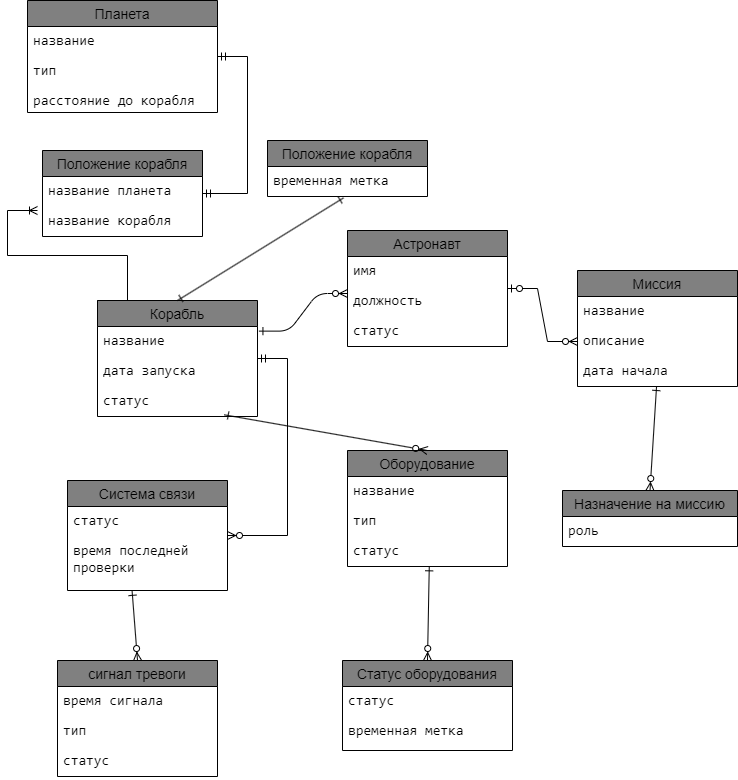
ivanstylish/ITMO-Study-Note keeps this draw.io diagram as Database/labs/lab1/DatabaseLab1.drawio.png. Above is the earlier version. Source tidied: cells renumbered, new cells last; positions are measured from the earlier drawing's top-left corner, leaving out a move shared by most shapes.
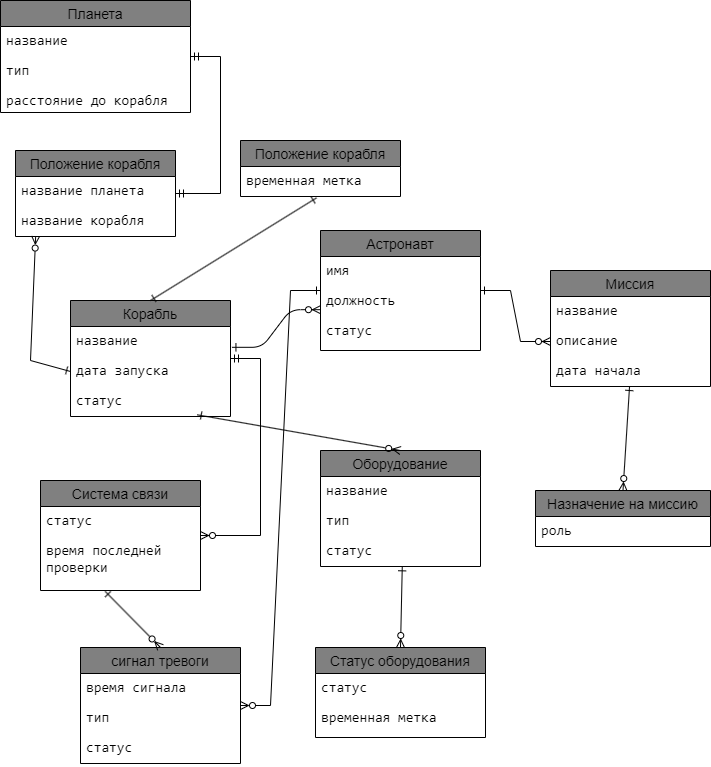
Above is the later version.

The edit, as a diff of the source:
```diff
@@ -2,9 +2,10 @@
   <root>
     <mxCell id="0" />
     <mxCell id="1" parent="0" />
-    <mxCell id="2" style="edgeStyle=entityRelationEdgeStyle;endArrow=ERzeroToMany;startArrow=ERone;endFill=1;startFill=0;exitX=1.009;exitY=0.154;exitDx=0;exitDy=0;exitPerimeter=0;" parent="1" edge="1" source="4">
+    <mxCell id="2" style="edgeStyle=entityRelationEdgeStyle;endArrow=ERzeroToMany;startArrow=ERone;endFill=1;startFill=0;exitX=1.009;exitY=0.154;exitDx=0;exitDy=0;exitPerimeter=0;" parent="1" edge="1">
       <mxGeometry relative="1" as="geometry">
-        <mxPoint x="320" y="293" as="targetPoint" />
+        <mxPoint x="231.4" y="346.8" as="sourcePoint" />
+        <mxPoint x="320" y="309.2" as="targetPoint" />
       </mxGeometry>
     </mxCell>
     <mxCell id="3" value="Корабль" style="swimlane;fontStyle=0;horizontal=1;startSize=26;align=center;fontSize=14;labelBackgroundColor=none;labelBorderColor=none;textShadow=0;fillColor=#808080;" parent="1" vertex="1">
@@ -20,7 +21,7 @@
       <mxGeometry y="86" width="160" height="30" as="geometry" />
     </mxCell>
     <mxCell id="7" value="Астронавт" style="swimlane;fontStyle=0;horizontal=1;startSize=26;align=center;fontSize=14;fontColor=default;fillColor=#808080;" parent="1" vertex="1">
-      <mxGeometry x="320" y="230" width="160" height="116" as="geometry" />
+      <mxGeometry x="320" y="230" width="160" height="120" as="geometry" />
     </mxCell>
     <mxCell id="8" value="&lt;span style=&quot;font-size: 10.5pt; font-family: Consolas;&quot;&gt;&lt;font style=&quot;color: rgb(0, 0, 0);&quot;&gt;имя&lt;/font&gt;&lt;/span&gt;" style="text;strokeColor=none;fillColor=none;spacingLeft=4;spacingRight=4;overflow=hidden;fontSize=12;whiteSpace=wrap;html=1;" parent="7" vertex="1">
       <mxGeometry y="26" width="160" height="30" as="geometry" />
@@ -29,7 +30,7 @@
       <mxGeometry y="56" width="160" height="30" as="geometry" />
     </mxCell>
     <mxCell id="10" value="&lt;span style=&quot;font-size: 10.5pt; font-family: Consolas;&quot;&gt;&lt;font style=&quot;color: rgb(0, 0, 0);&quot;&gt;статус&lt;/font&gt;&lt;/span&gt;" style="text;strokeColor=none;fillColor=none;spacingLeft=4;spacingRight=4;overflow=hidden;fontSize=12;whiteSpace=wrap;html=1;" parent="7" vertex="1">
-      <mxGeometry y="86" width="160" height="30" as="geometry" />
+      <mxGeometry y="86" width="160" height="34" as="geometry" />
     </mxCell>
     <mxCell id="11" value="Планета" style="swimlane;fontStyle=0;horizontal=1;startSize=26;align=center;fontSize=14;fillColor=#808080;" parent="1" vertex="1">
       <mxGeometry width="190" height="112" as="geometry" />
@@ -77,7 +78,7 @@
       <mxGeometry y="56" width="160" height="54" as="geometry" />
     </mxCell>
     <mxCell id="26" value="Статус оборудования" style="swimlane;fontStyle=0;horizontal=1;startSize=26;align=center;fontSize=14;fillColor=#808080;" parent="1" vertex="1">
-      <mxGeometry x="315" y="660" width="170" height="90" as="geometry" />
+      <mxGeometry x="315" y="647" width="170" height="90" as="geometry" />
     </mxCell>
     <mxCell id="27" value="&lt;span style=&quot;font-size: 10.5pt; font-family: Consolas;&quot;&gt;&lt;font style=&quot;color: rgb(0, 0, 0);&quot;&gt;статус&lt;/font&gt;&lt;/span&gt;" style="text;strokeColor=none;fillColor=none;spacingLeft=4;spacingRight=4;overflow=hidden;fontSize=12;whiteSpace=wrap;html=1;" parent="26" vertex="1">
       <mxGeometry y="26" width="170" height="30" as="geometry" />
@@ -86,7 +87,7 @@
       <mxGeometry y="56" width="170" height="34" as="geometry" />
     </mxCell>
     <mxCell id="29" value="сигнал тревоги" style="swimlane;fontStyle=0;horizontal=1;startSize=26;align=center;fontSize=14;fillColor=#808080;" parent="1" vertex="1">
-      <mxGeometry x="30" y="660" width="160" height="116" as="geometry" />
+      <mxGeometry x="80" y="647" width="160" height="116" as="geometry" />
     </mxCell>
     <mxCell id="30" value="&lt;span style=&quot;font-size: 10.5pt; font-family: Consolas;&quot;&gt;&lt;font style=&quot;color: rgb(0, 0, 0);&quot;&gt;время сигнала&lt;/font&gt;&lt;/span&gt;" style="text;strokeColor=none;fillColor=none;spacingLeft=4;spacingRight=4;overflow=hidden;fontSize=12;whiteSpace=wrap;html=1;" parent="29" vertex="1">
       <mxGeometry y="26" width="160" height="30" as="geometry" />
@@ -124,7 +125,7 @@
     <mxCell id="41" style="endArrow=ERzeroToMany;html=1;rounded=0;entryX=0.5;entryY=0;entryDx=0;entryDy=0;exitX=0.792;exitY=0.944;exitDx=0;exitDy=0;exitPerimeter=0;startArrow=ERone;startFill=0;endFill=0;" parent="1" edge="1" source="6" target="15">
       <mxGeometry relative="1" as="geometry" />
     </mxCell>
-    <mxCell id="42" style="edgeStyle=entityRelationEdgeStyle;fontSize=12;html=1;endArrow=ERzeroToMany;startArrow=ERzeroToOne;rounded=0;entryX=0;entryY=0.5;entryDx=0;entryDy=0;" parent="1" edge="1" source="7" target="21">
+    <mxCell id="42" style="edgeStyle=entityRelationEdgeStyle;fontSize=12;html=1;endArrow=ERzeroToMany;startArrow=ERone;rounded=0;entryX=0;entryY=0.5;entryDx=0;entryDy=0;startFill=0;" parent="1" edge="1" source="7" target="21">
       <mxGeometry relative="1" as="geometry">
         <Array as="points">
           <mxPoint x="380" y="420" />
@@ -146,10 +147,15 @@
     <mxCell id="47" style="edgeStyle=entityRelationEdgeStyle;fontSize=12;html=1;endArrow=ERmandOne;startArrow=ERmandOne;rounded=0;" parent="1" edge="1" source="43" target="11">
       <mxGeometry relative="1" as="geometry" />
     </mxCell>
-    <mxCell id="48" style="edgeStyle=entityRelationEdgeStyle;fontSize=12;html=1;endArrow=ERoneToMany;rounded=0;exitX=0;exitY=0;exitDx=0;exitDy=0;" parent="1" edge="1" source="3">
-      <mxGeometry relative="1" as="geometry">
-        <mxPoint x="10" y="210" as="targetPoint" />
-      </mxGeometry>
-    </mxCell>
+    <mxCell id="49" style="edgeStyle=entityRelationEdgeStyle;fontSize=12;html=1;endArrow=ERone;endFill=0;rounded=0;startArrow=ERzeroToMany;startFill=0;" parent="1" edge="1" source="29" target="7">
+      <mxGeometry relative="1" as="geometry" />
+    </mxCell>
+    <mxCell id="50" style="endArrow=ERone;html=1;rounded=0;entryX=0;entryY=0.5;entryDx=0;entryDy=0;exitX=0.126;exitY=0.986;exitDx=0;exitDy=0;exitPerimeter=0;startArrow=ERzeroToMany;startFill=0;endFill=0;" parent="1" edge="1" source="45" target="5">
+      <mxGeometry relative="1" as="geometry">
+        <Array as="points">
+          <mxPoint x="30" y="360" />
+        </Array>
+      </mxGeometry>
+    </mxCell>
   </root>
 </mxGraphModel>
```
